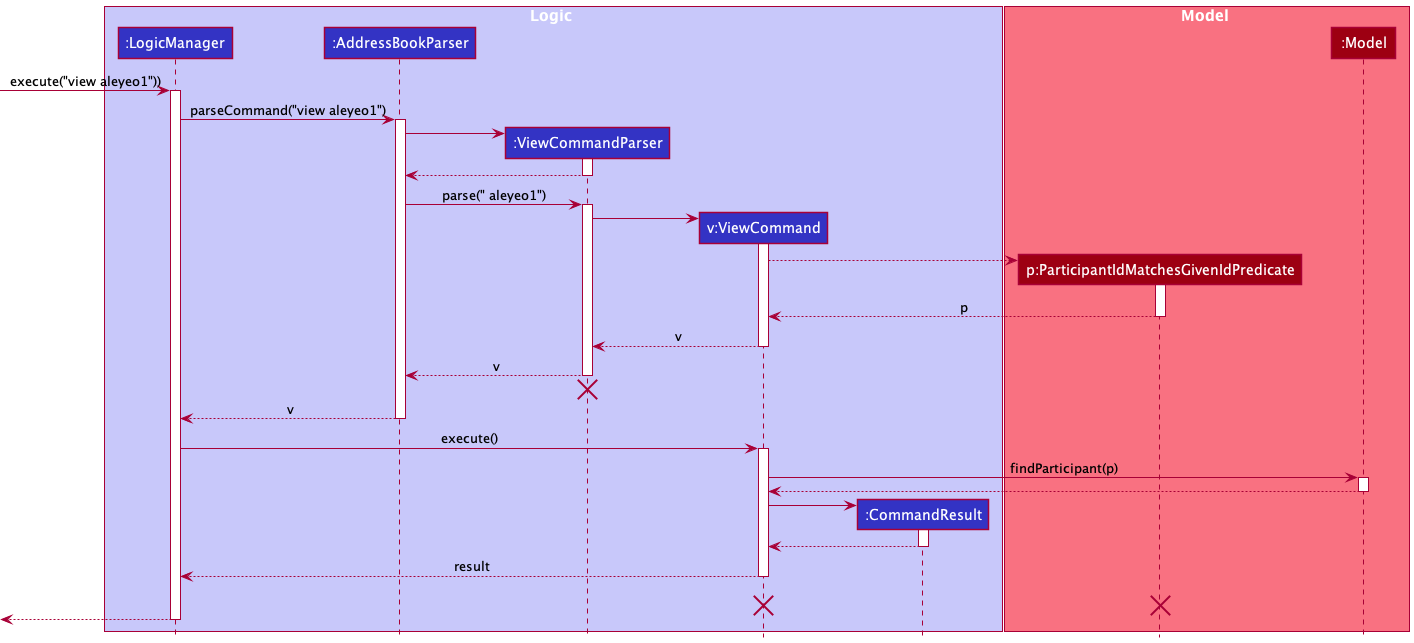
Earlier version of the PlantUML export docs/images/ViewSequenceDiagram.png (nus-cs2103-AY2122S1/tp).
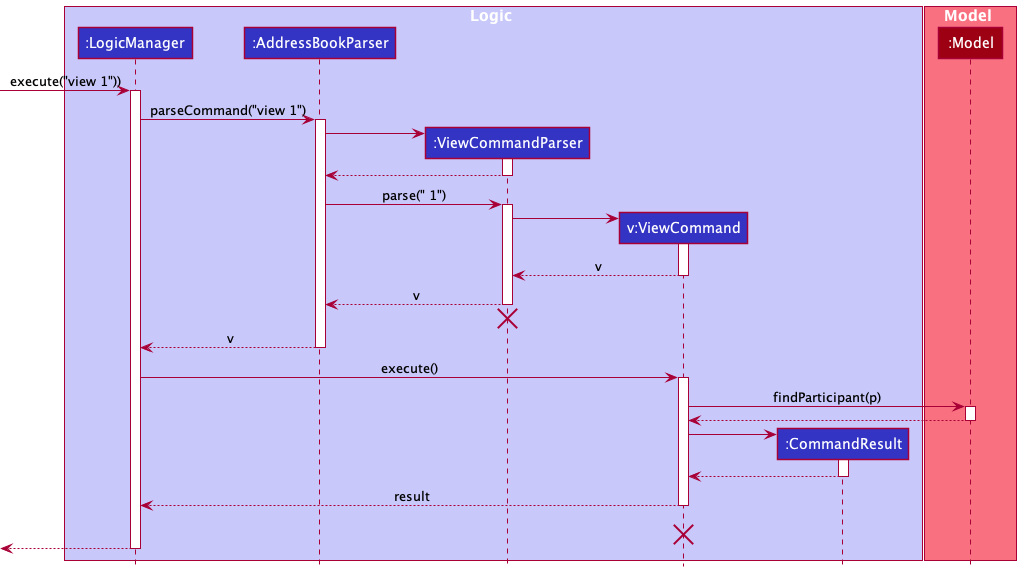
Above is the later version.

Commit message:
Update DG sections for ShowEventDetailsCommand and ViewCommand

What changed in the source:
```diff
@@ -6,19 +6,17 @@
 participant ":AddressBookParser" as AddressBookParser LOGIC_COLOR
 participant ":ViewCommandParser" as ViewCommandParser LOGIC_COLOR
 participant "v:ViewCommand" as ViewCommand LOGIC_COLOR
-
 participant ":CommandResult" as CommandResult LOGIC_COLOR
 end box
 
 box Model MODEL_COLOR_T1
-participant "p:ParticipantIdMatchesGivenIdPredicate" as ParticipantIdMatchesGivenIdPredicate MODEL_COLOR
 participant ":Model" as Model MODEL_COLOR
 end box
 
-[-> LogicManager : execute("view aleyeo1"))
+[-> LogicManager : execute("view 1"))
 activate LogicManager
 
-LogicManager -> AddressBookParser : parseCommand("view aleyeo1")
+LogicManager -> AddressBookParser : parseCommand("view 1")
 activate AddressBookParser
 
 create ViewCommandParser
@@ -28,19 +26,12 @@
 ViewCommandParser --> AddressBookParser
 deactivate ViewCommandParser
 
-AddressBookParser -> ViewCommandParser : parse(" aleyeo1")
+AddressBookParser -> ViewCommandParser : parse(" 1")
 activate ViewCommandParser
 
 create ViewCommand
 ViewCommandParser -> ViewCommand
 activate ViewCommand
-
-create ParticipantIdMatchesGivenIdPredicate
-ViewCommand --> ParticipantIdMatchesGivenIdPredicate
-activate ParticipantIdMatchesGivenIdPredicate
-
-ParticipantIdMatchesGivenIdPredicate --> ViewCommand : p
-deactivate ParticipantIdMatchesGivenIdPredicate
 
 ViewCommand --> ViewCommandParser : v
 deactivate ViewCommand
@@ -75,7 +66,6 @@
 deactivate
 ViewCommand -[hidden]-> LogicManager : result
 destroy ViewCommand
-destroy ParticipantIdMatchesGivenIdPredicate
 
 [<--LogicManager
 deactivate LogicManager
```
